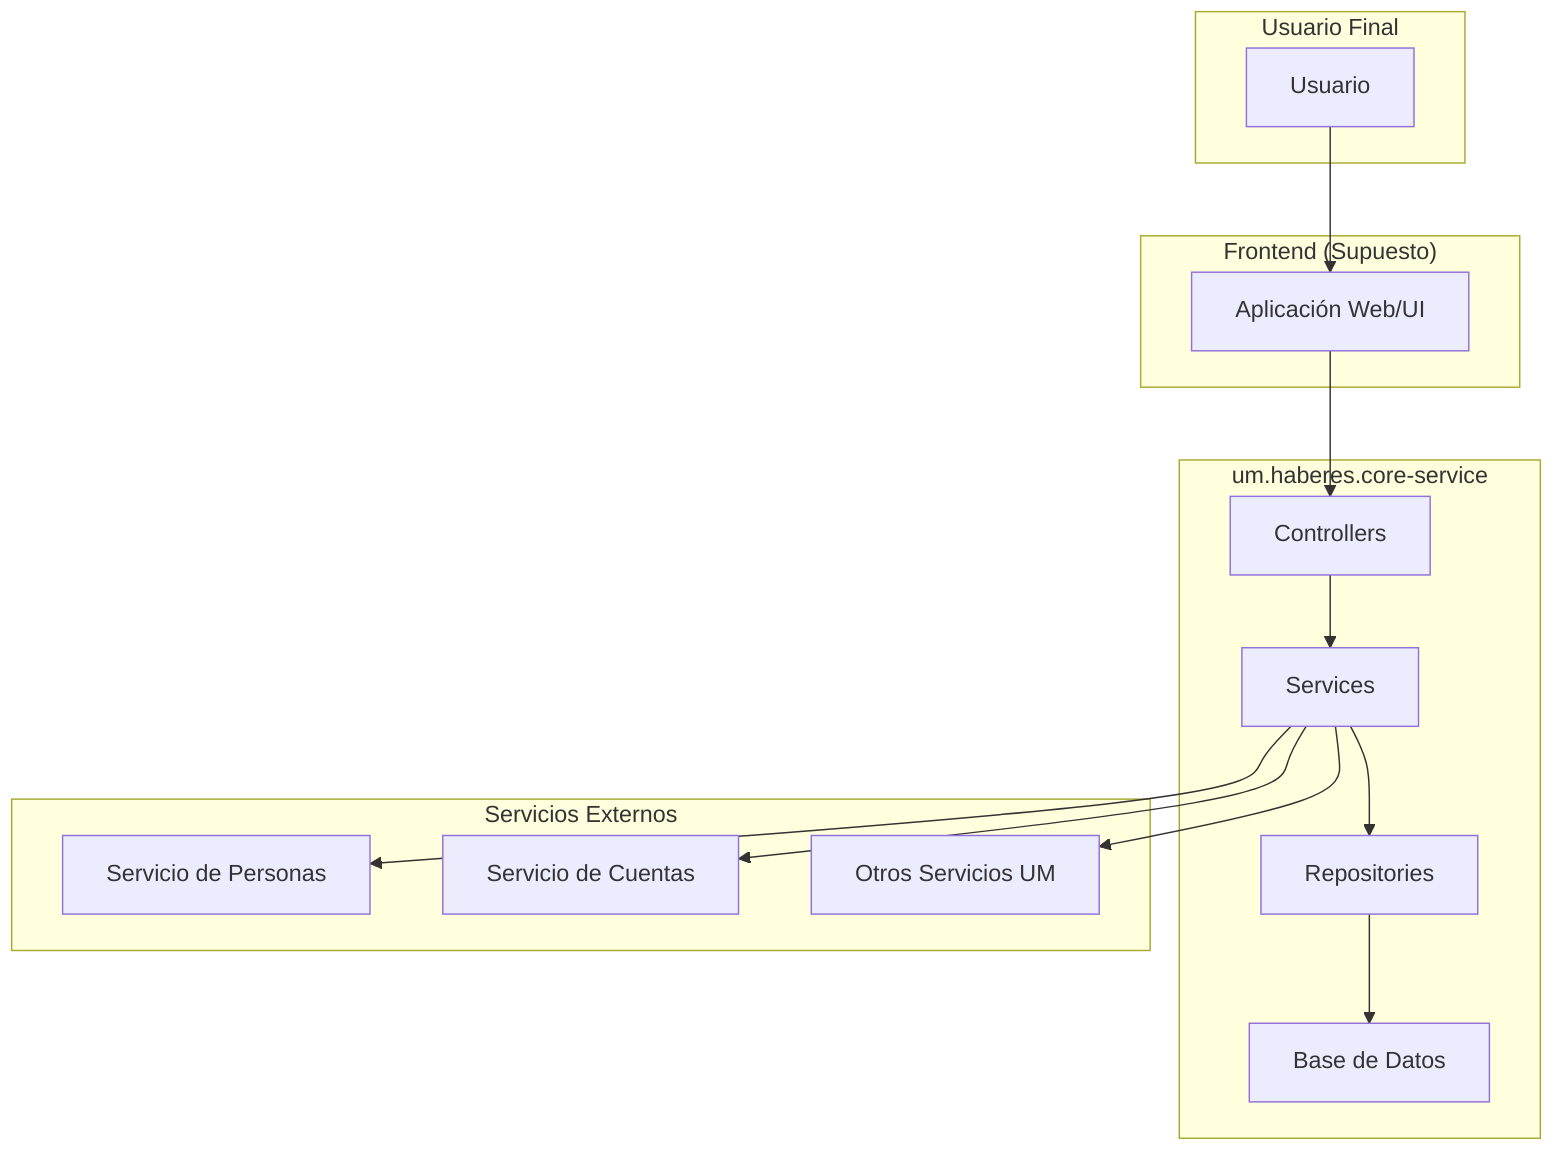
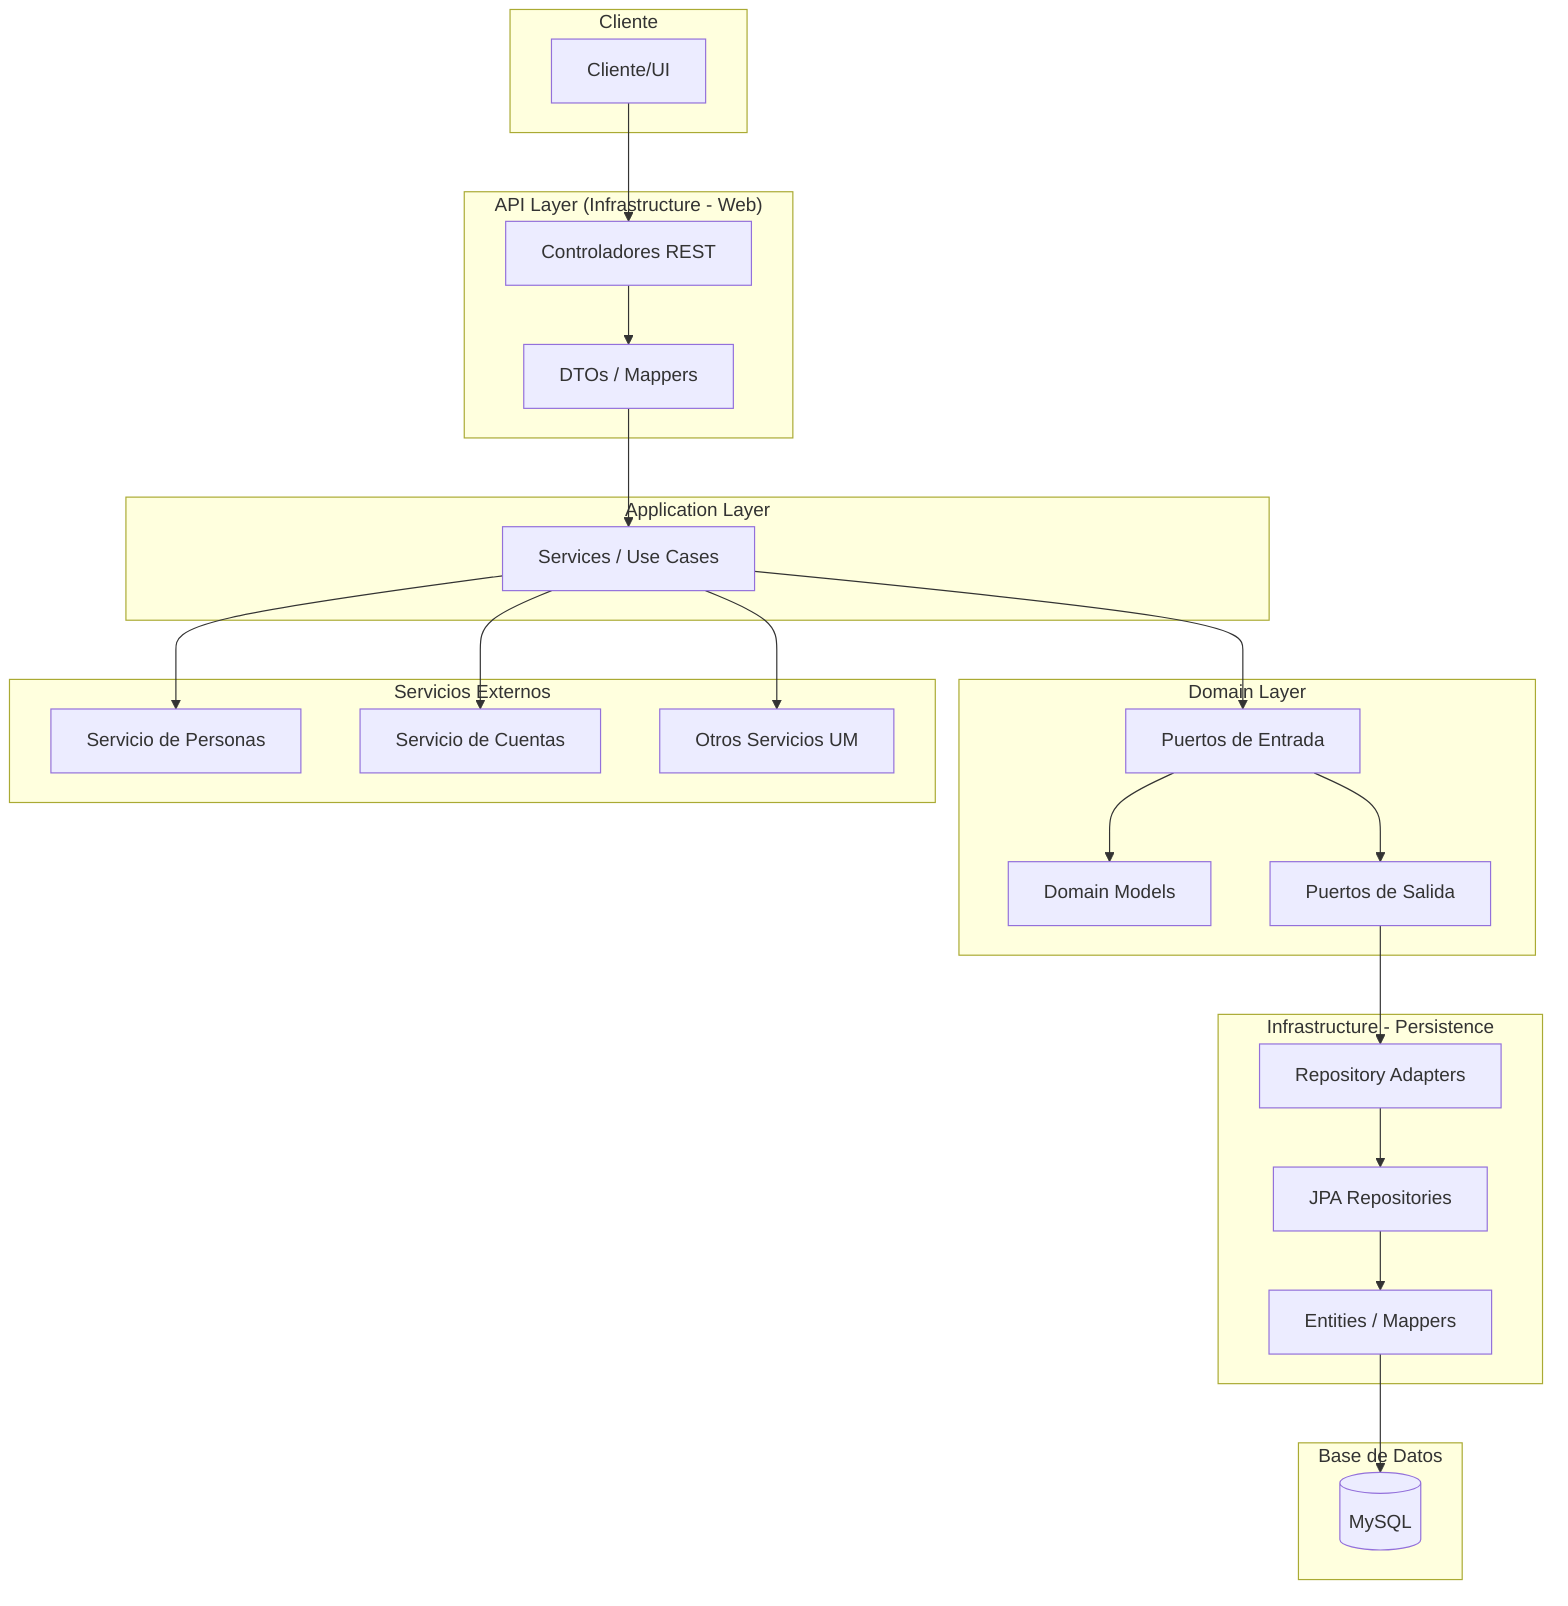
graph TD
-     subgraph "Usuario Final"
-         A[Usuario]
+     subgraph "Cliente"
+         A[Cliente/UI]
    end

-     subgraph "Frontend (Supuesto)"
-         B[Aplicación Web/UI]
+     subgraph "API Layer (Infrastructure - Web)"
+         B[Controladores REST]
+         C[DTOs / Mappers]
    end

-     subgraph "um.haberes.core-service"
-         C[Controllers]
-         D[Services]
-         E[Repositories]
-         F[Base de Datos]
+     subgraph "Application Layer"
+         D[Services / Use Cases]
+     end
+ 
+     subgraph "Domain Layer"
+         E[Domain Models]
+         F[Puertos de Entrada]
+         G[Puertos de Salida]
+     end
+ 
+     subgraph "Infrastructure - Persistence"
+         H[Repository Adapters]
+         I[JPA Repositories]
+         J[Entities / Mappers]
    end

    subgraph "Servicios Externos"
-         G[Servicio de Personas]
-         H[Servicio de Cuentas]
-         I[Otros Servicios UM]
+         K[Servicio de Personas]
+         L[Servicio de Cuentas]
+         M[Otros Servicios UM]
+     end
+ 
+     subgraph "Base de Datos"
+         N[(MySQL)]
    end

    A --> B
    B --> C
    C --> D
-     D --> E
-     E --> F
-     D --> G
-     D --> H
-     D --> I
+     D --> F
+     F --> E
+     F --> G
+     G --> H
+     H --> I
+     I --> J
+     J --> N
+     D --> K
+     D --> L
+     D --> M
